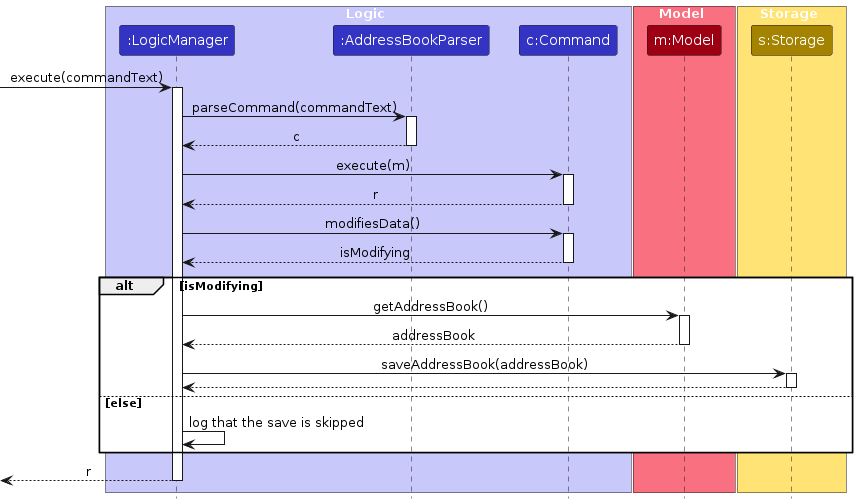
This is diagrams/SaveSequenceDiagram.png from AY2627S1-CS2103T-T08-1/tp, a PlantUML export, as it was before one commit. Its source is kept beside it as diagrams/SaveSequenceDiagram.puml.
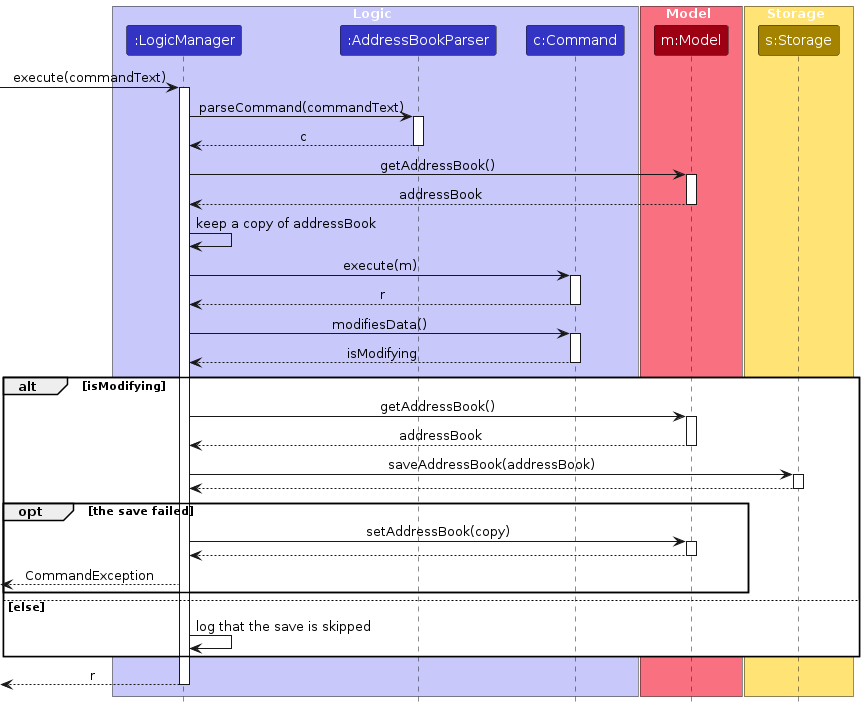
Later version of the same file.

Change to the diagram source:
```diff
@@ -25,6 +25,14 @@
 AddressBookParser --> LogicManager : c
 deactivate AddressBookParser
 
+LogicManager -> Model : getAddressBook()
+activate Model
+
+Model --> LogicManager : addressBook
+deactivate Model
+
+LogicManager -> LogicManager : keep a copy of addressBook
+
 LogicManager -> Command : execute(m)
 activate Command
 
@@ -49,6 +57,16 @@
 
     Storage --> LogicManager
     deactivate Storage
+
+    opt the save failed
+        LogicManager -> Model : setAddressBook(copy)
+        activate Model
+
+        Model --> LogicManager
+        deactivate Model
+
+        [<-- LogicManager : CommandException
+    end
 else else
     LogicManager -> LogicManager : log that the save is skipped
 end
```
